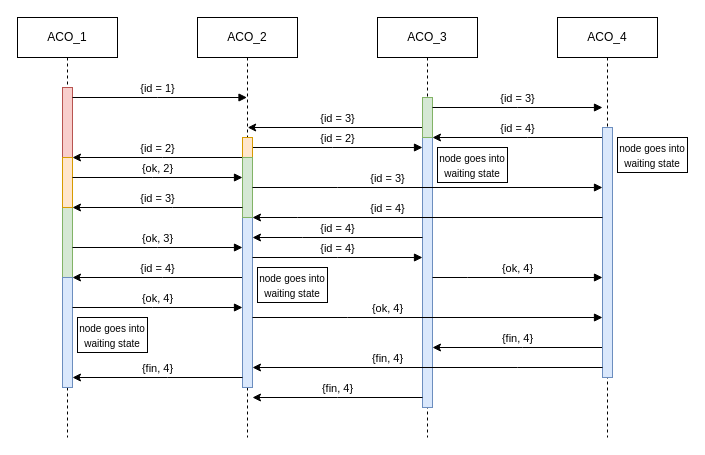
kr0bi/distributed-systems keeps this draw.io diagram as page "Ticket Master Election" (2 of 6) of Relazione/diagrams/sequence_diagrams.drawio. Above is the earlier version. Source tidied: cells renumbered, new cells numbered last; positions are measured from the earlier drawing's top-left corner, leaving out a move shared by most shapes. Both pictures are drawn from the tidied source at 100%, with x=0, y=0 at pixel (17, 17).
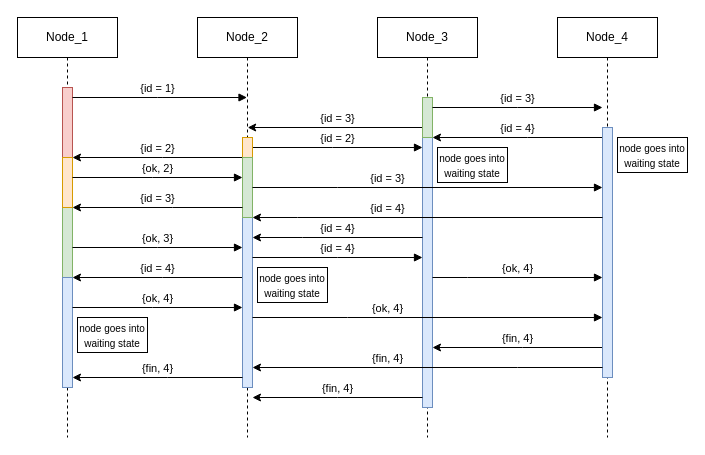
The same page after the edit.

The edit, as a diff of the source:
```diff
@@
-    <mxCell id="5" value="ACO_1" style="shape=umlLifeline;perimeter=lifelinePerimeter;whiteSpace=wrap;html=1;newEdgeStyle={&quot;edgeStyle&quot;:&quot;elbowEdgeStyle&quot;,&quot;elbow&quot;:&quot;vertical&quot;,&quot;curved&quot;:0,&quot;rounded&quot;:0};" parent="1" vertex="1">
+    <mxCell id="5" value="Node_1" style="shape=umlLifeline;perimeter=lifelinePerimeter;whiteSpace=wrap;html=1;newEdgeStyle={&quot;edgeStyle&quot;:&quot;elbowEdgeStyle&quot;,&quot;elbow&quot;:&quot;vertical&quot;,&quot;curved&quot;:0,&quot;rounded&quot;:0};" parent="1" vertex="1">
       <mxGeometry width="100" height="420" as="geometry" />
     </mxCell>
@@
-    <mxCell id="10" value="ACO_2" style="shape=umlLifeline;perimeter=lifelinePerimeter;whiteSpace=wrap;html=1;outlineConnect=0;portConstraint=eastwest;newEdgeStyle={&quot;edgeStyle&quot;:&quot;elbowEdgeStyle&quot;,&quot;elbow&quot;:&quot;vertical&quot;,&quot;curved&quot;:0,&quot;rounded&quot;:0};" parent="1" vertex="1">
+    <mxCell id="10" value="Node_2" style="shape=umlLifeline;perimeter=lifelinePerimeter;whiteSpace=wrap;html=1;outlineConnect=0;portConstraint=eastwest;newEdgeStyle={&quot;edgeStyle&quot;:&quot;elbowEdgeStyle&quot;,&quot;elbow&quot;:&quot;vertical&quot;,&quot;curved&quot;:0,&quot;rounded&quot;:0};" parent="1" vertex="1">
       <mxGeometry x="180" width="100" height="420" as="geometry" />
     </mxCell>
@@
-    <mxCell id="15" value="ACO_3" style="shape=umlLifeline;perimeter=lifelinePerimeter;whiteSpace=wrap;html=1;newEdgeStyle={&quot;edgeStyle&quot;:&quot;elbowEdgeStyle&quot;,&quot;elbow&quot;:&quot;vertical&quot;,&quot;curved&quot;:0,&quot;rounded&quot;:0};" parent="1" vertex="1">
+    <mxCell id="15" value="Node_3" style="shape=umlLifeline;perimeter=lifelinePerimeter;whiteSpace=wrap;html=1;newEdgeStyle={&quot;edgeStyle&quot;:&quot;elbowEdgeStyle&quot;,&quot;elbow&quot;:&quot;vertical&quot;,&quot;curved&quot;:0,&quot;rounded&quot;:0};" parent="1" vertex="1">
       <mxGeometry x="360" width="100" height="420" as="geometry" />
     </mxCell>
@@
-    <mxCell id="18" value="ACO_4" style="shape=umlLifeline;perimeter=lifelinePerimeter;whiteSpace=wrap;html=1;newEdgeStyle={&quot;edgeStyle&quot;:&quot;elbowEdgeStyle&quot;,&quot;elbow&quot;:&quot;vertical&quot;,&quot;curved&quot;:0,&quot;rounded&quot;:0};" parent="1" vertex="1">
+    <mxCell id="18" value="Node_4" style="shape=umlLifeline;perimeter=lifelinePerimeter;whiteSpace=wrap;html=1;newEdgeStyle={&quot;edgeStyle&quot;:&quot;elbowEdgeStyle&quot;,&quot;elbow&quot;:&quot;vertical&quot;,&quot;curved&quot;:0,&quot;rounded&quot;:0};" parent="1" vertex="1">
       <mxGeometry x="540" width="100" height="420" as="geometry" />
     </mxCell>
```
